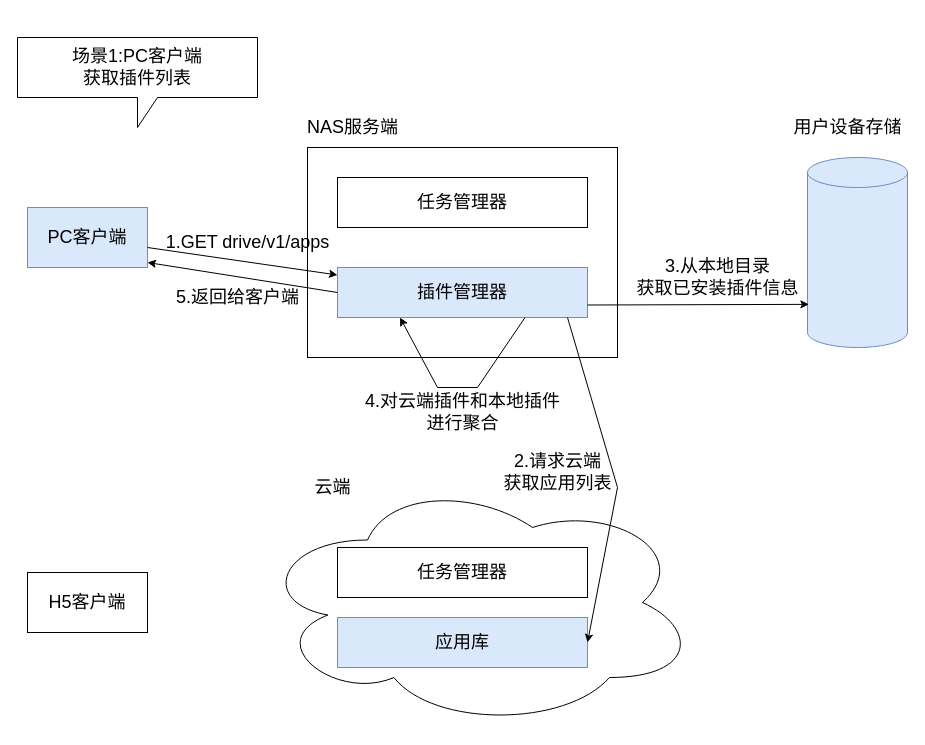
The draw.io diagram 场景1:PC客户端 获取插件列表.drawio in logxxx/Something, before the edit. Source tidied: cells renumbered, new cells numbered last; positions are measured from the earlier drawing's top-left corner, leaving out a move shared by most shapes. Both pictures are drawn from the tidied source at 100%, with x=0, y=0 at pixel (17, 37).
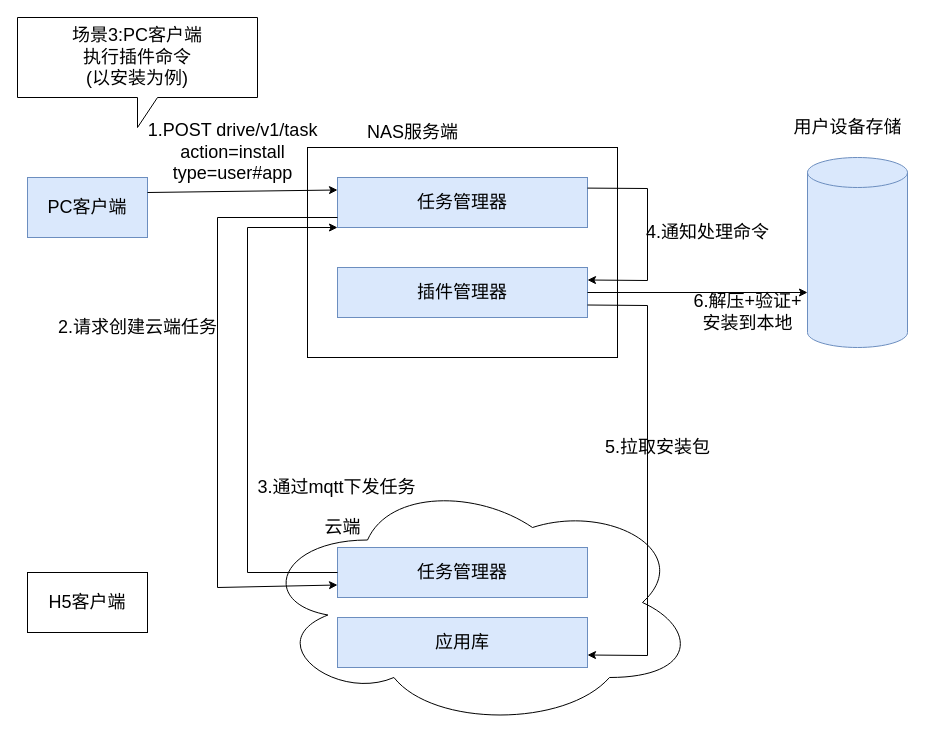
After the change.

Commit message:
场景3:PC客户端 执行插件命令

The change refers to these unchanged cells:
```xml
<mxCell id="6" value="插件管理器" style="rounded=0;whiteSpace=wrap;html=1;fontSize=18;fillColor=#dae8fc;strokeColor=#6c8ebf;" parent="1" vertex="1">
  <mxGeometry x="320" y="230" width="250" height="50" as="geometry" />
</mxCell>
<mxCell id="11" value="应用库" style="rounded=0;whiteSpace=wrap;html=1;fontSize=18;fillColor=#dae8fc;strokeColor=#6c8ebf;" parent="1" vertex="1">
  <mxGeometry x="320" y="580" width="250" height="50" as="geometry" />
</mxCell>
<mxCell id="16" style="shape=cylinder3;whiteSpace=wrap;html=1;boundedLbl=1;backgroundOutline=1;size=15;fontSize=18;fillColor=#dae8fc;strokeColor=#6c8ebf;" parent="1" vertex="1">
  <mxGeometry x="790" y="120" width="100" height="190" as="geometry" />
</mxCell>
```

Change to the diagram source:
```diff
@@
     <mxCell id="2" value="&lt;font style=&quot;font-size: 18px&quot;&gt;PC客户端&lt;/font&gt;" style="rounded=0;whiteSpace=wrap;html=1;fillColor=#dae8fc;strokeColor=#6c8ebf;" parent="1" vertex="1">
-      <mxGeometry x="10" y="170" width="120" height="60" as="geometry" />
+      <mxGeometry x="10" y="140" width="120" height="60" as="geometry" />
     </mxCell>
@@
     <mxCell id="4" value="&lt;font style=&quot;font-size: 18px&quot;&gt;NAS服务端&lt;/font&gt;" style="text;html=1;align=center;verticalAlign=middle;strokeColor=none;fillColor=none;" parent="1" vertex="1">
-      <mxGeometry x="280" y="80" width="110" height="20" as="geometry" />
+      <mxGeometry x="340" y="85" width="110" height="20" as="geometry" />
     </mxCell>
-    <mxCell id="5" value="任务管理器" style="rounded=0;whiteSpace=wrap;html=1;fontSize=18;" parent="1" vertex="1">
+    <mxCell id="5" value="任务管理器" style="rounded=0;whiteSpace=wrap;html=1;fontSize=18;fillColor=#dae8fc;strokeColor=#6c8ebf;" parent="1" vertex="1">
       <mxGeometry x="320" y="140" width="250" height="50" as="geometry" />
     </mxCell>
@@
     <mxCell id="8" value="&lt;font style=&quot;font-size: 18px&quot;&gt;云端&lt;/font&gt;" style="text;html=1;align=center;verticalAlign=middle;strokeColor=none;fillColor=none;" parent="1" vertex="1">
-      <mxGeometry x="290" y="440" width="50" height="20" as="geometry" />
+      <mxGeometry x="300" y="480" width="50" height="20" as="geometry" />
     </mxCell>
-    <mxCell id="9" value="任务管理器" style="rounded=0;whiteSpace=wrap;html=1;fontSize=18;" parent="1" vertex="1">
+    <mxCell id="9" value="任务管理器" style="rounded=0;whiteSpace=wrap;html=1;fontSize=18;fillColor=#dae8fc;strokeColor=#6c8ebf;" parent="1" vertex="1">
       <mxGeometry x="320" y="510" width="250" height="50" as="geometry" />
     </mxCell>
@@
-    <mxCell id="12" value="场景1:PC客户端&lt;br&gt;获取插件列表" style="shape=callout;whiteSpace=wrap;html=1;perimeter=calloutPerimeter;fontSize=18;" parent="1" vertex="1">
-      <mxGeometry width="240" height="90" as="geometry" />
+    <mxCell id="12" value="场景3:PC客户端&lt;br&gt;执行插件命令&lt;br&gt;(以安装为例)" style="shape=callout;whiteSpace=wrap;html=1;perimeter=calloutPerimeter;fontSize=18;" parent="1" vertex="1">
+      <mxGeometry y="-20" width="240" height="110" as="geometry" />
     </mxCell>
-    <mxCell id="13" style="endArrow=classic;html=1;rounded=0;fontSize=18;exitX=1;exitY=0.5;exitDx=0;exitDy=0;entryX=0;entryY=0.25;entryDx=0;entryDy=0;" parent="1" edge="1">
-      <mxGeometry relative="1" as="geometry">
-        <mxPoint x="130" y="210" as="sourcePoint" />
-        <mxPoint x="320" y="237.5" as="targetPoint" />
-      </mxGeometry>
+    <mxCell id="13" style="endArrow=classic;html=1;rounded=0;fontSize=18;exitX=1;exitY=0.25;exitDx=0;exitDy=0;entryX=0;entryY=0.25;entryDx=0;entryDy=0;" parent="1" edge="1" source="2" target="5">
+      <mxGeometry relative="1" as="geometry" />
     </mxCell>
-    <mxCell id="14" value="1.GET drive/v1/apps" style="text;html=1;align=center;verticalAlign=middle;strokeColor=none;fillColor=none;fontSize=18;" parent="1" vertex="1">
-      <mxGeometry x="140" y="190" width="180" height="30" as="geometry" />
+    <mxCell id="14" value="1.POST drive/v1/task&lt;br&gt;action=install&lt;br&gt;type=user#app" style="text;html=1;align=center;verticalAlign=middle;strokeColor=none;fillColor=none;fontSize=18;" parent="1" vertex="1">
+      <mxGeometry x="120" y="80" width="190" height="70" as="geometry" />
     </mxCell>
@@
-    <mxCell id="17" style="endArrow=classic;html=1;rounded=0;fontSize=18;exitX=1;exitY=0.75;exitDx=0;exitDy=0;entryX=0.014;entryY=0.773;entryDx=0;entryDy=0;entryPerimeter=0;" parent="1" edge="1" source="6" target="16">
-      <mxGeometry relative="1" as="geometry" />
+    <mxCell id="17" style="endArrow=classic;html=1;rounded=0;fontSize=18;exitX=1;exitY=0.75;exitDx=0;exitDy=0;entryX=1;entryY=0.75;entryDx=0;entryDy=0;" parent="1" edge="1" source="6" target="11">
+      <mxGeometry relative="1" as="geometry">
+        <Array as="points">
+          <mxPoint x="630" y="268" />
+          <mxPoint x="630" y="618" />
+        </Array>
+      </mxGeometry>
     </mxCell>
-    <mxCell id="18" value="3.从本地目录&lt;br&gt;获取已安装插件信息" style="text;html=1;align=center;verticalAlign=middle;strokeColor=none;fillColor=none;fontSize=18;" parent="1" vertex="1">
-      <mxGeometry x="610" y="215" width="180" height="50" as="geometry" />
-    </mxCell>
-    <mxCell id="19" style="endArrow=classic;html=1;rounded=0;fontSize=18;exitX=0.75;exitY=1;exitDx=0;exitDy=0;entryX=0.25;entryY=1;entryDx=0;entryDy=0;" parent="1" edge="1" source="6" target="6">
-      <mxGeometry relative="1" as="geometry">
-        <Array as="points">
-          <mxPoint x="460" y="350" />
-          <mxPoint x="420" y="350" />
-        </Array>
-      </mxGeometry>
-    </mxCell>
-    <mxCell id="20" value="4.对云端插件和本地插件&lt;br&gt;进行聚合" style="text;html=1;align=center;verticalAlign=middle;strokeColor=none;fillColor=none;fontSize=18;" parent="1" vertex="1">
-      <mxGeometry x="340" y="350" width="210" height="50" as="geometry" />
-    </mxCell>
-    <mxCell id="21" style="endArrow=classic;html=1;rounded=0;fontSize=18;entryX=1;entryY=0.75;entryDx=0;entryDy=0;" parent="1" edge="1">
-      <mxGeometry relative="1" as="geometry">
-        <mxPoint x="320" y="255" as="sourcePoint" />
-        <mxPoint x="130" y="225" as="targetPoint" />
-      </mxGeometry>
-    </mxCell>
-    <mxCell id="22" value="5.返回给客户端" style="text;html=1;align=center;verticalAlign=middle;strokeColor=none;fillColor=none;fontSize=18;" parent="1" vertex="1">
-      <mxGeometry x="150" y="245" width="140" height="30" as="geometry" />
-    </mxCell>
-    <mxCell id="23" style="endArrow=classic;html=1;rounded=0;fontSize=18;entryX=1;entryY=0.5;entryDx=0;entryDy=0;exitX=0.92;exitY=1;exitDx=0;exitDy=0;exitPerimeter=0;" parent="1" edge="1" source="6" target="11">
-      <mxGeometry relative="1" as="geometry">
-        <Array as="points">
-          <mxPoint x="600" y="450" />
-        </Array>
-      </mxGeometry>
-    </mxCell>
-    <mxCell id="24" value="2.请求云端&lt;br&gt;获取应用列表" style="text;html=1;align=center;verticalAlign=middle;strokeColor=none;fillColor=none;fontSize=18;" parent="1" vertex="1">
-      <mxGeometry x="480" y="410" width="120" height="50" as="geometry" />
-    </mxCell>
+    <mxCell id="25" style="endArrow=classic;html=1;rounded=0;fontSize=18;entryX=0;entryY=0.75;entryDx=0;entryDy=0;" parent="1" edge="1" target="9">
+      <mxGeometry relative="1" as="geometry">
+        <mxPoint x="320" y="180" as="sourcePoint" />
+        <Array as="points">
+          <mxPoint x="200" y="180" />
+          <mxPoint x="200" y="550" />
+        </Array>
+      </mxGeometry>
+    </mxCell>
+    <mxCell id="26" value="&lt;font style=&quot;font-size: 18px&quot;&gt;3.通过mqtt下发任务&lt;/font&gt;" style="text;html=1;align=center;verticalAlign=middle;strokeColor=none;fillColor=none;" parent="1" vertex="1">
+      <mxGeometry x="234" y="440" width="170" height="20" as="geometry" />
+    </mxCell>
+    <mxCell id="27" style="endArrow=classic;html=1;rounded=0;fontSize=18;exitX=0;exitY=0.5;exitDx=0;exitDy=0;entryX=0;entryY=1;entryDx=0;entryDy=0;" parent="1" edge="1" source="9" target="5">
+      <mxGeometry relative="1" as="geometry">
+        <Array as="points">
+          <mxPoint x="230" y="535" />
+          <mxPoint x="230" y="190" />
+        </Array>
+      </mxGeometry>
+    </mxCell>
+    <mxCell id="28" value="&lt;font style=&quot;font-size: 18px&quot;&gt;2.请求创建云端任务&lt;/font&gt;" style="text;html=1;align=center;verticalAlign=middle;strokeColor=none;fillColor=none;" parent="1" vertex="1">
+      <mxGeometry x="35" y="280" width="170" height="20" as="geometry" />
+    </mxCell>
+    <mxCell id="29" style="endArrow=classic;html=1;rounded=0;fontSize=18;exitX=1;exitY=0.75;exitDx=0;exitDy=0;entryX=1;entryY=0.25;entryDx=0;entryDy=0;" parent="1" edge="1" target="6">
+      <mxGeometry relative="1" as="geometry">
+        <mxPoint x="570" y="150.6" as="sourcePoint" />
+        <Array as="points">
+          <mxPoint x="630" y="151" />
+          <mxPoint x="630" y="243" />
+        </Array>
+      </mxGeometry>
+    </mxCell>
+    <mxCell id="30" value="4.通知处理命令" style="text;html=1;align=center;verticalAlign=middle;strokeColor=none;fillColor=none;fontSize=18;" parent="1" vertex="1">
+      <mxGeometry x="620" y="180" width="140" height="30" as="geometry" />
+    </mxCell>
+    <mxCell id="31" value="5.拉取安装包" style="text;html=1;align=center;verticalAlign=middle;strokeColor=none;fillColor=none;fontSize=18;" parent="1" vertex="1">
+      <mxGeometry x="580" y="395" width="120" height="30" as="geometry" />
+    </mxCell>
+    <mxCell id="32" style="endArrow=classic;html=1;rounded=0;fontSize=18;entryX=0;entryY=0;entryDx=0;entryDy=135;entryPerimeter=0;exitX=1;exitY=0.5;exitDx=0;exitDy=0;" parent="1" edge="1" source="6" target="16">
+      <mxGeometry relative="1" as="geometry" />
+    </mxCell>
+    <mxCell id="33" value="6.解压+验证+&lt;br&gt;安装到本地" style="text;html=1;align=center;verticalAlign=middle;strokeColor=none;fillColor=none;fontSize=18;" parent="1" vertex="1">
+      <mxGeometry x="670" y="250" width="120" height="50" as="geometry" />
+    </mxCell>
```
